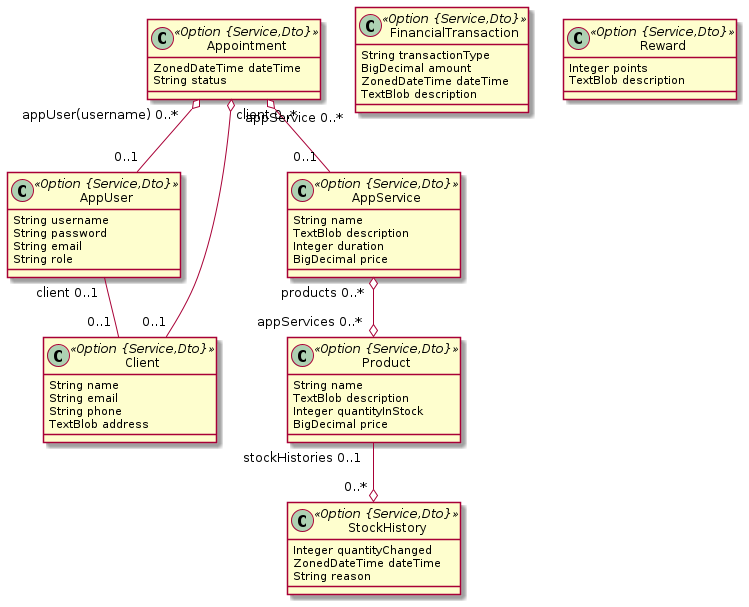
Before: entities.png, a diagram exported from PlantUML (fabriciocs/appsalonmng).
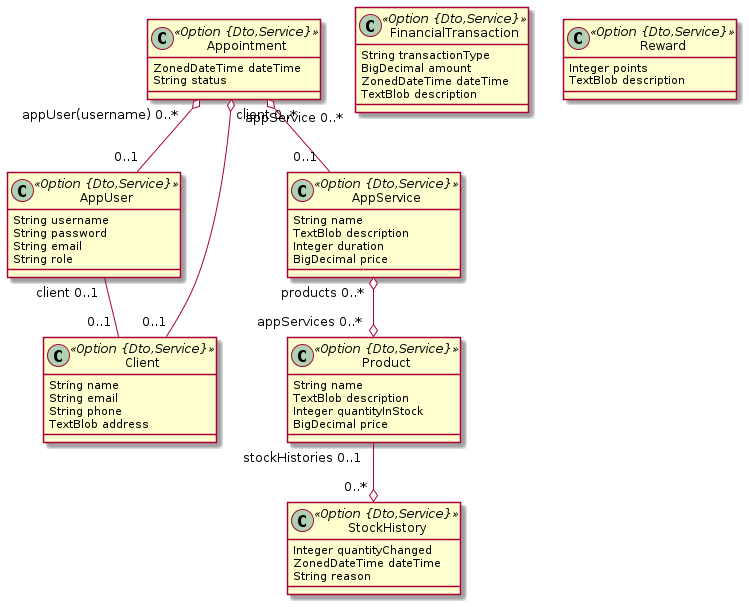
Later version of the same file.

Diff of the diagram source:
```diff
@@ -1,45 +1,45 @@
 @startuml
 	!pragma syntax class
-	class AppUser <<Option {Service,Dto}>> {
+	class AppUser <<Option {Dto,Service}>> {
 		String username
 		String password
 		String email
 		String role
 	}
-	class Client <<Option {Service,Dto}>> {
+	class Client <<Option {Dto,Service}>> {
 		String name
 		String email
 		String phone
 		TextBlob address
 	}
-	class AppService <<Option {Service,Dto}>> {
+	class AppService <<Option {Dto,Service}>> {
 		String name
 		TextBlob description
 		Integer duration
 		BigDecimal price
 	}
-	class Appointment <<Option {Service,Dto}>> {
+	class Appointment <<Option {Dto,Service}>> {
 		ZonedDateTime dateTime
 		String status
 	}
-	class Product <<Option {Service,Dto}>> {
+	class Product <<Option {Dto,Service}>> {
 		String name
 		TextBlob description
 		Integer quantityInStock
 		BigDecimal price
 	}
-	class FinancialTransaction <<Option {Service,Dto}>> {
+	class FinancialTransaction <<Option {Dto,Service}>> {
 		String transactionType
 		BigDecimal amount
 		ZonedDateTime dateTime
 		TextBlob description
 	}
-	class StockHistory <<Option {Service,Dto}>> {
+	class StockHistory <<Option {Dto,Service}>> {
 		Integer quantityChanged
 		ZonedDateTime dateTime
 		String reason
 	}
-	class Reward <<Option {Service,Dto}>> {
+	class Reward <<Option {Dto,Service}>> {
 		Integer points
 		TextBlob description
 	}
```
